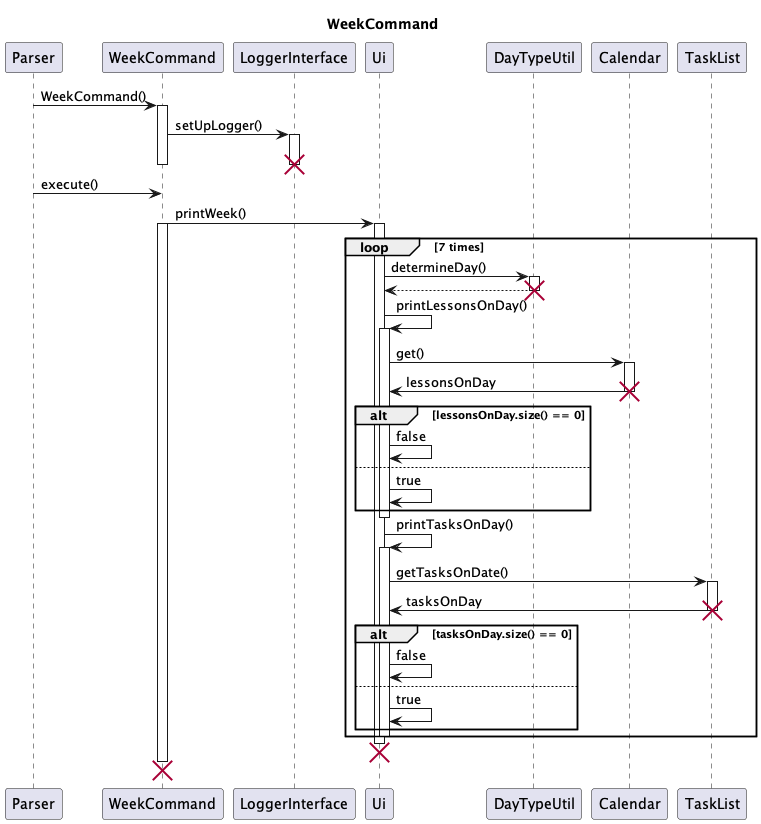
nus-cs2113-AY2223S2/tp keeps this PlantUML diagram as docs/uml-diagrams/Week-WeekCommand.png. Above is the earlier version. The source it was exported from:
```plantuml
@startuml

title WeekCommand

participant Parser as Parser

participant WeekCommand as week

Parser -> week : WeekCommand()
activate week
week -> LoggerInterface : setUpLogger()

activate LoggerInterface
deactivate LoggerInterface
destroy LoggerInterface
deactivate week

Parser -> week : execute()

week -> Ui : printWeek()
activate Ui

activate week

loop 7 times
    Ui -> DayTypeUtil : determineDay()
    activate DayTypeUtil
    return
    destroy DayTypeUtil
    Ui -> Ui : printLessonsOnDay()
    activate Ui
        Ui -> Calendar : get()
        activate Calendar
        Calendar -> Ui : lessonsOnDay
        destroy Calendar
        alt lessonsOnDay.size() == 0
            Ui -> Ui : false
        else
            Ui -> Ui : true
        end
    deactivate Ui

    Ui -> Ui : printTasksOnDay()
    activate Ui
        Ui -> TaskList : getTasksOnDate()
        activate TaskList
        TaskList -> Ui : tasksOnDay
        destroy TaskList
        alt tasksOnDay.size() == 0
            Ui -> Ui : false
        else
            Ui -> Ui : true
        end
    deactivate Ui
end
destroy Ui
destroy week

@enduml
```
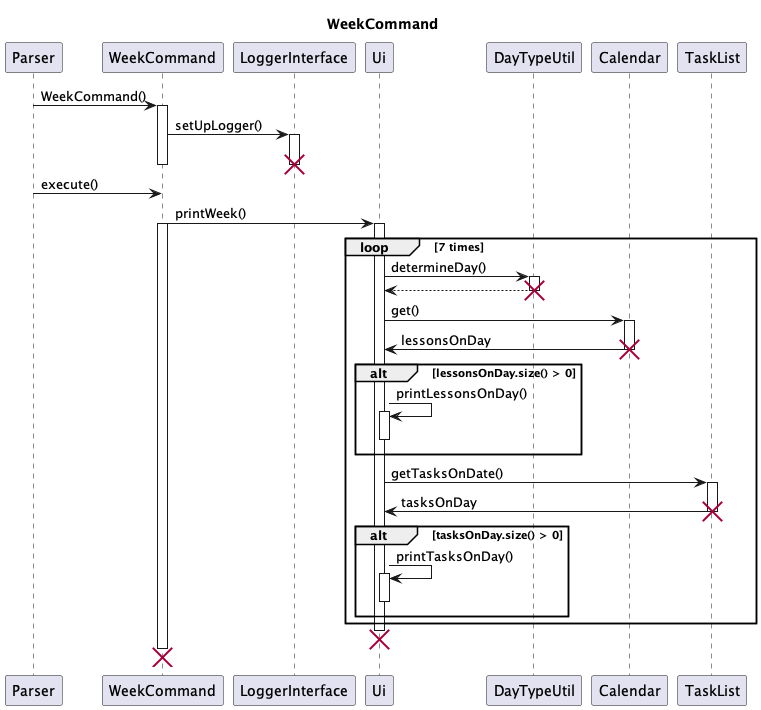
The same diagram one commit later.

Commit message:
Refactor Week Command

What changed in the source:
```diff
@@ -27,31 +27,26 @@
     activate DayTypeUtil
     return
     destroy DayTypeUtil
+
+    Ui -> Calendar : get()
+    activate Calendar
+    Calendar -> Ui : lessonsOnDay
+    destroy Calendar
+    alt lessonsOnDay.size() > 0
     Ui -> Ui : printLessonsOnDay()
     activate Ui
-        Ui -> Calendar : get()
-        activate Calendar
-        Calendar -> Ui : lessonsOnDay
-        destroy Calendar
-        alt lessonsOnDay.size() == 0
-            Ui -> Ui : false
-        else
-            Ui -> Ui : true
-        end
     deactivate Ui
+    end
 
+    Ui -> TaskList : getTasksOnDate()
+    activate TaskList
+    TaskList -> Ui : tasksOnDay
+    destroy TaskList
+    alt tasksOnDay.size() > 0
     Ui -> Ui : printTasksOnDay()
     activate Ui
-        Ui -> TaskList : getTasksOnDate()
-        activate TaskList
-        TaskList -> Ui : tasksOnDay
-        destroy TaskList
-        alt tasksOnDay.size() == 0
-            Ui -> Ui : false
-        else
-            Ui -> Ui : true
-        end
     deactivate Ui
+    end
 end
 destroy Ui
 destroy week
```
